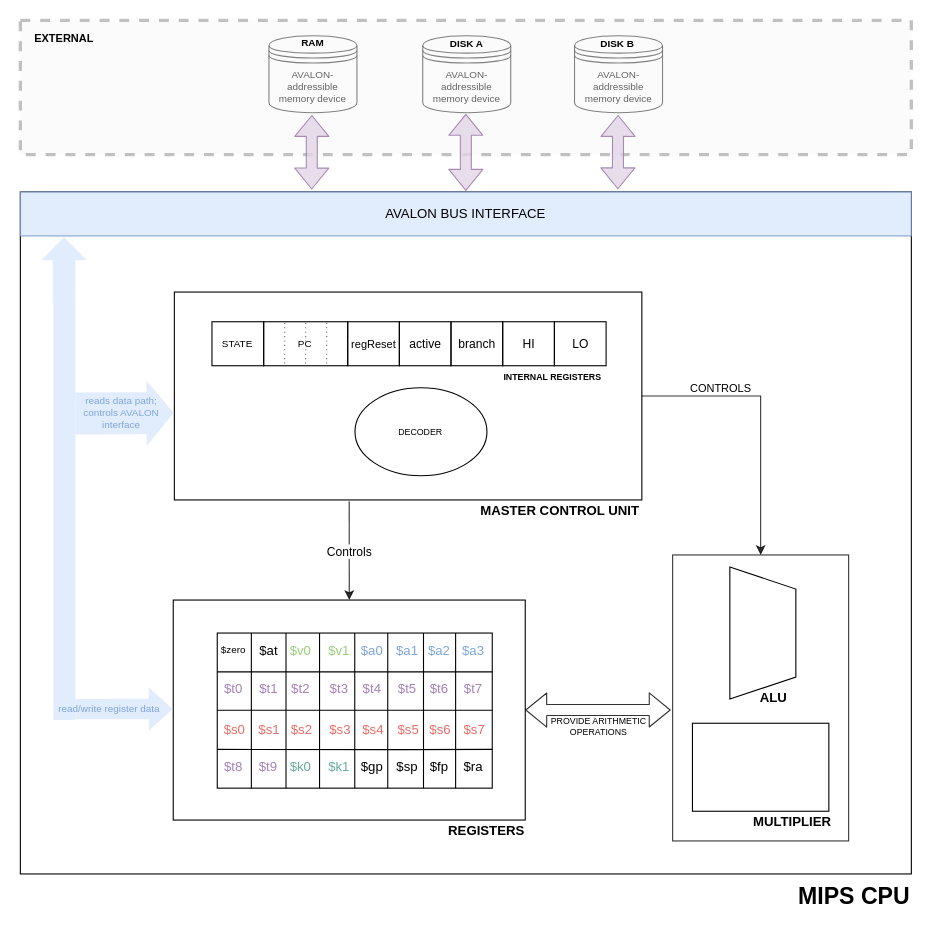
This is docs/Architecture_Diagram.drawio from JosiahMendes/MIPS32-T501, a draw.io file, before an edit. Source tidied: cells renumbered, new cells numbered last; positions are measured from the earlier drawing's top-left corner, leaving out a move shared by most shapes. Both pictures are drawn from the tidied source at 110%, with x=0, y=0 at pixel (20, 20).
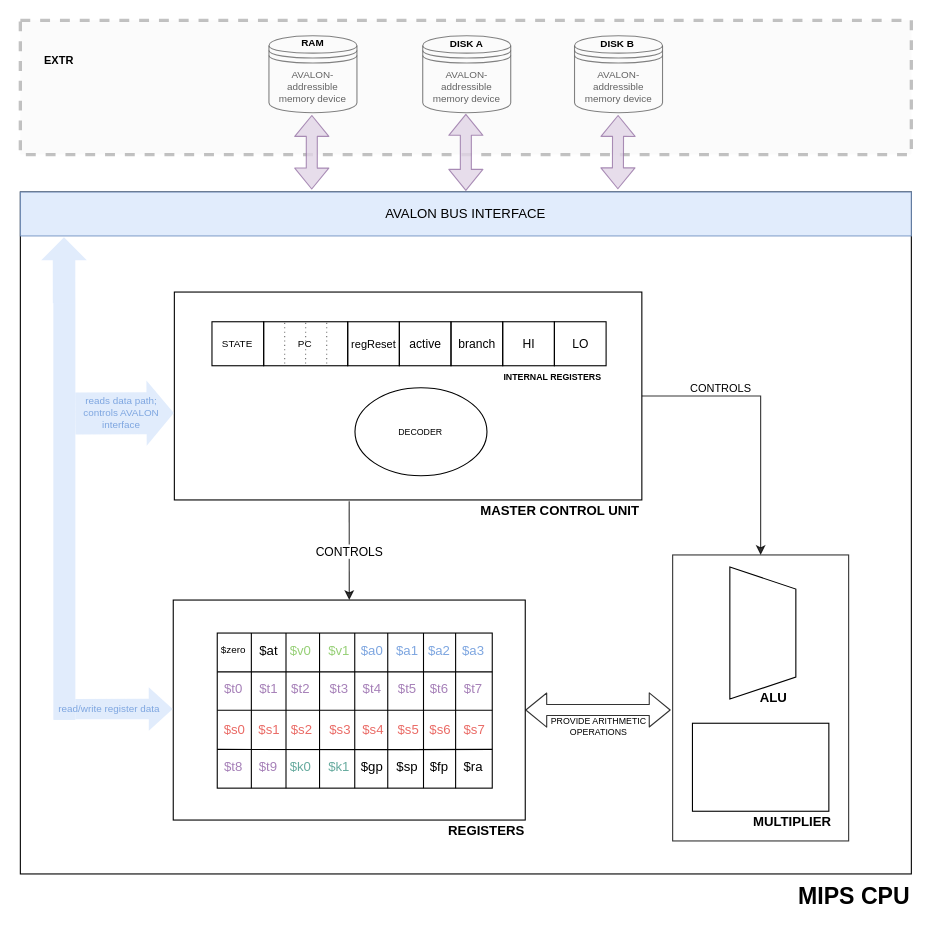
The same diagram, later.

Unchanged cells that the change refers to:
```xml
<mxCell id="96" style="endArrow=classic;html=1;strokeWidth=1;fontSize=10;fontColor=#000000;opacity=80;exitX=0.374;exitY=1.006;exitDx=0;exitDy=0;entryX=0.5;entryY=0;entryDx=0;entryDy=0;exitPerimeter=0;" parent="1" edge="1" source="57" target="10">
  <mxGeometry relative="1" as="geometry" />
</mxCell>
```

Diff of the diagram source:
```diff
@@
-    <mxCell id="97" value="Controls" style="edgeLabel;html=1;align=center;verticalAlign=middle;" parent="96" vertex="1">
+    <mxCell id="97" value="CONTROLS" style="edgeLabel;html=1;align=center;verticalAlign=middle;" parent="96" vertex="1">
       <mxGeometry relative="1" as="geometry" />
     </mxCell>
-    <mxCell id="98" value="EXTERNAL" style="text;html=1;strokeColor=none;fillColor=none;align=center;verticalAlign=middle;whiteSpace=wrap;rounded=0;dashed=1;fontSize=10;fontColor=#000000;opacity=40;fontStyle=1;" parent="1" vertex="1">
-      <mxGeometry x="20" y="6" width="40" height="20" as="geometry" />
+    <mxCell id="98" value="EXTR" style="text;html=1;strokeColor=none;fillColor=none;align=left;verticalAlign=middle;whiteSpace=wrap;rounded=0;dashed=1;fontSize=10;fontColor=#000000;opacity=40;fontStyle=1;" parent="1" vertex="1">
+      <mxGeometry x="20" y="6" width="90" height="60" as="geometry" />
     </mxCell>
```
